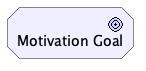
The PlantUML diagram doc/elements/motivation-goal.plantuml.png in SixArm/archimate-examples, before a commit.
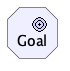
Above is the later version.

Change to the diagram source:
```diff
@@ -1,4 +1,4 @@
 @startuml
 !include <archimate/Archimate>
-Motivation_Goal(MG_O1, "Motivation Goal")
+Motivation_Goal(Goal, "Goal")
 @enduml
```
